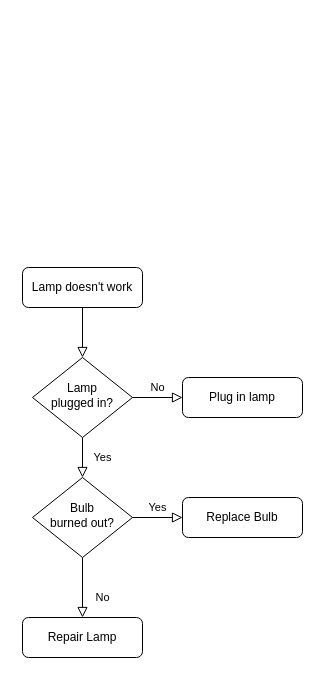
The draw.io diagram 5066302流程.drawio in JohntunLiu/diagrams, before the edit. Source tidied: cells renumbered, new cells numbered last; positions are measured from the earlier drawing's top-left corner, leaving out a move shared by most shapes. Both pictures are drawn from the tidied source at 100%, with x=0, y=0 at pixel (22, 267).
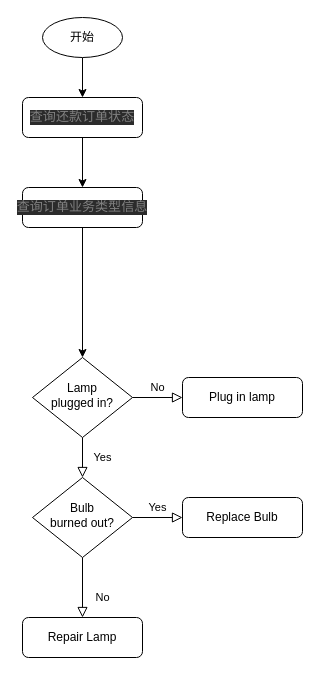
Above is the later version.

Change to the diagram source:
```diff
@@
 <mxGraphModel>
   <root>
     <mxCell id="0" />
     <mxCell id="1" parent="0" />
-    <mxCell id="2" style="rounded=0;html=1;jettySize=auto;fontSize=11;endArrow=block;endFill=0;endSize=8;strokeWidth=1;shadow=0;labelBackgroundColor=none;edgeStyle=orthogonalEdgeStyle;" parent="1" edge="1" source="3" target="6">
-      <mxGeometry relative="1" as="geometry" />
-    </mxCell>
+    <mxCell id="13" style="edgeStyle=orthogonalEdgeStyle;curved=0;rounded=1;sketch=0;jettySize=auto;html=1;entryX=0.5;entryY=0;entryDx=0;entryDy=0;" parent="1" edge="1" source="3" target="17">
+      <mxGeometry relative="1" as="geometry" />
+    </mxCell>
-    <mxCell id="3" value="Lamp doesn't work" style="rounded=1;whiteSpace=wrap;html=1;fontSize=12;glass=0;strokeWidth=1;shadow=0;" parent="1" vertex="1">
-      <mxGeometry width="120" height="40" as="geometry" />
+    <mxCell id="3" value="&lt;pre style=&quot;background-color: rgb(43 , 43 , 43) ; color: rgb(169 , 183 , 198) ; font-family: , monospace ; font-size: 9.8pt&quot;&gt;&lt;span style=&quot;color: rgb(128 , 128 , 128)&quot;&gt;查询还款订单状态&lt;/span&gt;&lt;/pre&gt;" style="rounded=1;whiteSpace=wrap;html=1;fontSize=12;glass=0;strokeWidth=1;shadow=0;" parent="1" vertex="1">
+      <mxGeometry y="-170" width="120" height="40" as="geometry" />
     </mxCell>
     <mxCell id="4" value="Yes" style="rounded=0;html=1;jettySize=auto;fontSize=11;endArrow=block;endFill=0;endSize=8;strokeWidth=1;shadow=0;labelBackgroundColor=none;edgeStyle=orthogonalEdgeStyle;" parent="1" edge="1" source="6" target="10">
       <mxGeometry y="20" relative="1" as="geometry" />
     </mxCell>
     <mxCell id="5" value="No" style="edgeStyle=orthogonalEdgeStyle;rounded=0;html=1;jettySize=auto;fontSize=11;endArrow=block;endFill=0;endSize=8;strokeWidth=1;shadow=0;labelBackgroundColor=none;" parent="1" edge="1" source="6" target="7">
       <mxGeometry y="10" relative="1" as="geometry" />
     </mxCell>
     <mxCell id="6" value="Lamp&lt;br&gt;plugged in?" style="rhombus;whiteSpace=wrap;html=1;shadow=0;fontFamily=Helvetica;fontSize=12;align=center;strokeWidth=1;spacing=6;spacingTop=-4;" parent="1" vertex="1">
       <mxGeometry x="10" y="90" width="100" height="80" as="geometry" />
     </mxCell>
     <mxCell id="7" value="Plug in lamp" style="rounded=1;whiteSpace=wrap;html=1;fontSize=12;glass=0;strokeWidth=1;shadow=0;" parent="1" vertex="1">
       <mxGeometry x="160" y="110" width="120" height="40" as="geometry" />
     </mxCell>
     <mxCell id="8" value="No" style="rounded=0;html=1;jettySize=auto;fontSize=11;endArrow=block;endFill=0;endSize=8;strokeWidth=1;shadow=0;labelBackgroundColor=none;edgeStyle=orthogonalEdgeStyle;" parent="1" edge="1" source="10" target="11">
       <mxGeometry x="0.33" y="20" relative="1" as="geometry" />
     </mxCell>
     <mxCell id="9" value="Yes" style="edgeStyle=orthogonalEdgeStyle;rounded=0;html=1;jettySize=auto;fontSize=11;endArrow=block;endFill=0;endSize=8;strokeWidth=1;shadow=0;labelBackgroundColor=none;" parent="1" edge="1" source="10" target="12">
       <mxGeometry y="10" relative="1" as="geometry" />
     </mxCell>
     <mxCell id="10" value="Bulb&lt;br&gt;burned out?" style="rhombus;whiteSpace=wrap;html=1;shadow=0;fontFamily=Helvetica;fontSize=12;align=center;strokeWidth=1;spacing=6;spacingTop=-4;" parent="1" vertex="1">
       <mxGeometry x="10" y="210" width="100" height="80" as="geometry" />
     </mxCell>
     <mxCell id="11" value="Repair Lamp" style="rounded=1;whiteSpace=wrap;html=1;fontSize=12;glass=0;strokeWidth=1;shadow=0;" parent="1" vertex="1">
       <mxGeometry y="350" width="120" height="40" as="geometry" />
     </mxCell>
     <mxCell id="12" value="Replace Bulb" style="rounded=1;whiteSpace=wrap;html=1;fontSize=12;glass=0;strokeWidth=1;shadow=0;" parent="1" vertex="1">
       <mxGeometry x="160" y="230" width="120" height="40" as="geometry" />
     </mxCell>
+    <mxCell id="14" style="edgeStyle=orthogonalEdgeStyle;curved=0;rounded=1;sketch=0;jettySize=auto;html=1;entryX=0.5;entryY=0;entryDx=0;entryDy=0;" parent="1" edge="1" source="15" target="3">
+      <mxGeometry relative="1" as="geometry" />
+    </mxCell>
+    <mxCell id="15" value="开始" style="ellipse;whiteSpace=wrap;html=1;rounded=0;sketch=0;" parent="1" vertex="1">
+      <mxGeometry x="20" y="-250" width="80" height="40" as="geometry" />
+    </mxCell>
+    <mxCell id="16" style="edgeStyle=orthogonalEdgeStyle;curved=0;rounded=1;sketch=0;jettySize=auto;html=1;" parent="1" edge="1" source="17" target="6">
+      <mxGeometry relative="1" as="geometry" />
+    </mxCell>
+    <mxCell id="17" value="&lt;pre style=&quot;background-color: rgb(43 , 43 , 43) ; color: rgb(169 , 183 , 198) ; font-family: , monospace ; font-size: 9.8pt&quot;&gt;&lt;span style=&quot;color: rgb(128 , 128 , 128)&quot;&gt;查询订单业务类型信息&lt;/span&gt;&lt;/pre&gt;" style="rounded=1;whiteSpace=wrap;html=1;fontSize=12;glass=0;strokeWidth=1;shadow=0;" parent="1" vertex="1">
+      <mxGeometry y="-80" width="120" height="40" as="geometry" />
+    </mxCell>
   </root>
 </mxGraphModel>
```
